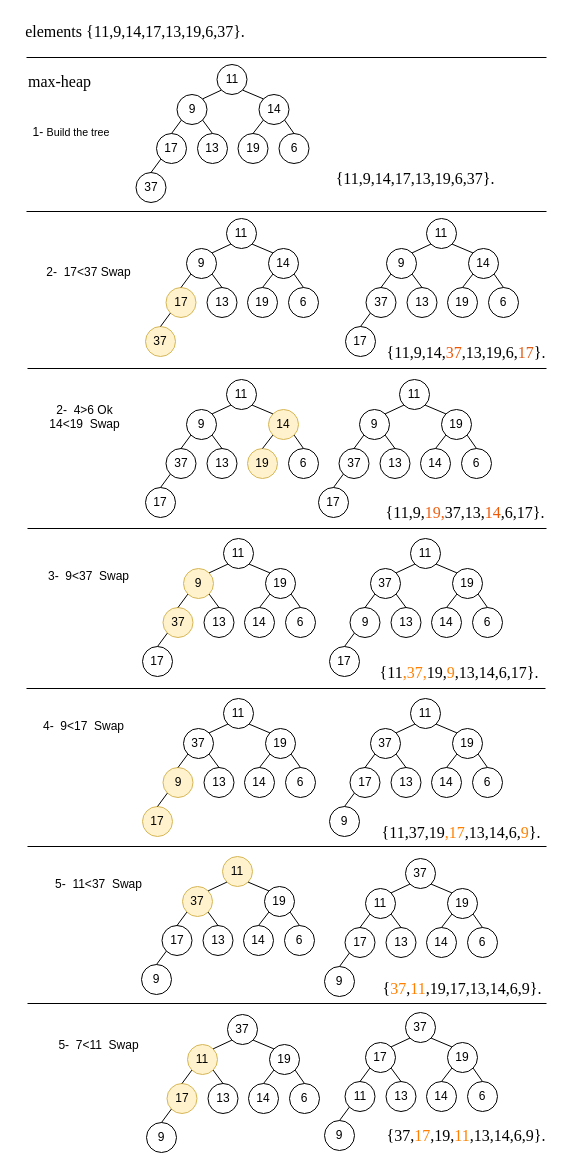
Before: page "Page-10" (10 of 11) of Untitled Diagram.drawio in FatimahAli313/Project_1, a draw.io diagram. Source tidied: cells renumbered, new cells numbered last; positions are measured from the earlier drawing's top-left corner, leaving out a move shared by most shapes. Both pictures are drawn from the tidied source at 100%, with x=0, y=0 at pixel (17, 17).
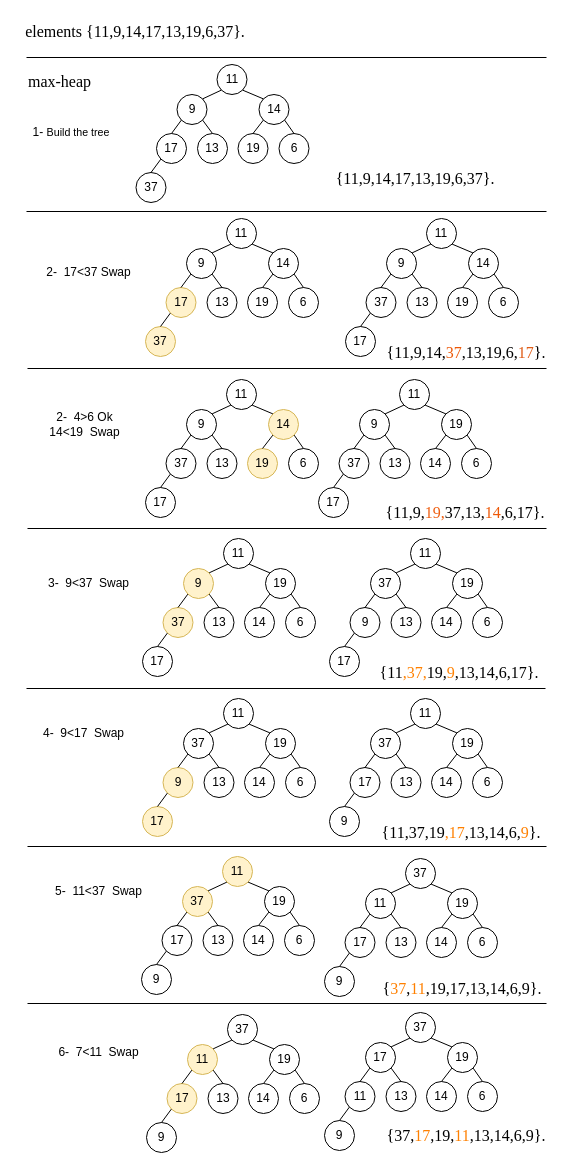
Above is the later version.

Change to the diagram source:
```diff
@@
-    <mxCell id="69" value="2-&amp;nbsp; 4&amp;gt;6 Ok&lt;div&gt;14&amp;lt;19&amp;nbsp; Swap&lt;div&gt;&lt;br&gt;&lt;/div&gt;&lt;/div&gt;" style="text;html=1;whiteSpace=wrap;strokeColor=none;fillColor=none;align=center;verticalAlign=middle;rounded=0;" parent="1" vertex="1">
+    <mxCell id="69" value="2-&amp;nbsp; 4&amp;gt;6 Ok&lt;div&gt;14&amp;lt;19&amp;nbsp; Swap&lt;/div&gt;" style="text;html=1;whiteSpace=wrap;strokeColor=none;fillColor=none;align=center;verticalAlign=middle;rounded=0;" parent="1" vertex="1">
       <mxGeometry x="10" y="392" width="115" height="30" as="geometry" />
     </mxCell>
@@
-    <mxCell id="101" value="3-&amp;nbsp;&amp;nbsp;&lt;span style=&quot;background-color: transparent; color: light-dark(rgb(0, 0, 0), rgb(255, 255, 255));&quot;&gt;9&amp;lt;37&amp;nbsp; Swap&lt;/span&gt;&lt;div&gt;&lt;div&gt;&lt;br&gt;&lt;/div&gt;&lt;/div&gt;" style="text;html=1;whiteSpace=wrap;strokeColor=none;fillColor=none;align=center;verticalAlign=middle;rounded=0;" parent="1" vertex="1">
+    <mxCell id="101" value="3-&amp;nbsp;&amp;nbsp;&lt;span style=&quot;background-color: transparent; color: light-dark(rgb(0, 0, 0), rgb(255, 255, 255));&quot;&gt;9&amp;lt;37&amp;nbsp; Swap&lt;/span&gt;" style="text;html=1;whiteSpace=wrap;strokeColor=none;fillColor=none;align=center;verticalAlign=middle;rounded=0;" parent="1" vertex="1">
       <mxGeometry x="14" y="551" width="115" height="30" as="geometry" />
     </mxCell>
@@
-    <mxCell id="149" value="4-&amp;nbsp; 9&amp;lt;17&lt;span style=&quot;background-color: transparent; color: light-dark(rgb(0, 0, 0), rgb(255, 255, 255));&quot;&gt;&amp;nbsp; Swap&lt;/span&gt;&lt;div&gt;&lt;div&gt;&lt;br&gt;&lt;/div&gt;&lt;/div&gt;" style="text;html=1;whiteSpace=wrap;strokeColor=none;fillColor=none;align=center;verticalAlign=middle;rounded=0;" parent="1" vertex="1">
+    <mxCell id="149" value="4-&amp;nbsp; 9&amp;lt;17&lt;span style=&quot;background-color: transparent; color: light-dark(rgb(0, 0, 0), rgb(255, 255, 255));&quot;&gt;&amp;nbsp; Swap&lt;/span&gt;" style="text;html=1;whiteSpace=wrap;strokeColor=none;fillColor=none;align=center;verticalAlign=middle;rounded=0;" parent="1" vertex="1">
       <mxGeometry x="9" y="701" width="115" height="30" as="geometry" />
     </mxCell>
@@
-    <mxCell id="180" value="5-&amp;nbsp; 11&amp;lt;37&lt;span style=&quot;background-color: transparent; color: light-dark(rgb(0, 0, 0), rgb(255, 255, 255));&quot;&gt;&amp;nbsp; Swap&lt;/span&gt;&lt;div&gt;&lt;div&gt;&lt;br&gt;&lt;/div&gt;&lt;/div&gt;" style="text;html=1;whiteSpace=wrap;strokeColor=none;fillColor=none;align=center;verticalAlign=middle;rounded=0;" parent="1" vertex="1">
+    <mxCell id="180" value="5-&amp;nbsp; 11&amp;lt;37&lt;span style=&quot;background-color: transparent; color: light-dark(rgb(0, 0, 0), rgb(255, 255, 255));&quot;&gt;&amp;nbsp; Swap&lt;/span&gt;" style="text;html=1;whiteSpace=wrap;strokeColor=none;fillColor=none;align=center;verticalAlign=middle;rounded=0;" parent="1" vertex="1">
       <mxGeometry x="24" y="859" width="115" height="30" as="geometry" />
     </mxCell>
@@
-    <mxCell id="197" value="5-&amp;nbsp; 7&amp;lt;11&lt;span style=&quot;background-color: transparent; color: light-dark(rgb(0, 0, 0), rgb(255, 255, 255));&quot;&gt;&amp;nbsp; Swap&lt;/span&gt;&lt;div&gt;&lt;div&gt;&lt;br&gt;&lt;/div&gt;&lt;/div&gt;" style="text;html=1;whiteSpace=wrap;strokeColor=none;fillColor=none;align=center;verticalAlign=middle;rounded=0;" parent="1" vertex="1">
+    <mxCell id="197" value="6-&amp;nbsp; 7&amp;lt;11&lt;span style=&quot;background-color: transparent; color: light-dark(rgb(0, 0, 0), rgb(255, 255, 255));&quot;&gt;&amp;nbsp; Swap&lt;/span&gt;" style="text;html=1;whiteSpace=wrap;strokeColor=none;fillColor=none;align=center;verticalAlign=middle;rounded=0;" parent="1" vertex="1">
       <mxGeometry x="24" y="1020" width="115" height="30" as="geometry" />
     </mxCell>
```
